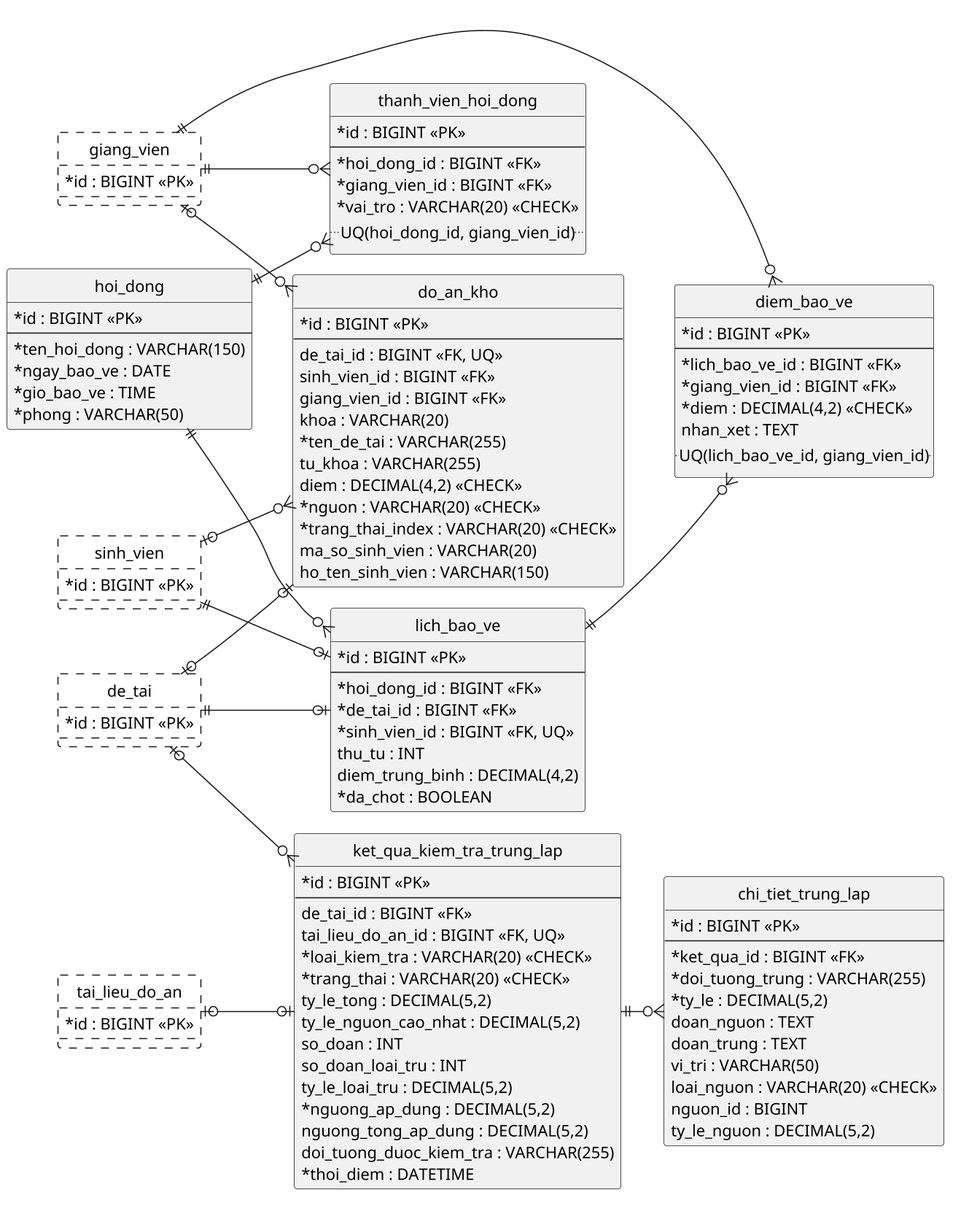
This is docs/chuong-3-thiet-ke/csdl/erd-bao-ve-kho-trung-lap.png from dtc235200036-alt/ICTU-DATN-NguyenThiMaiAnh, a PlantUML export, as it was before one commit.
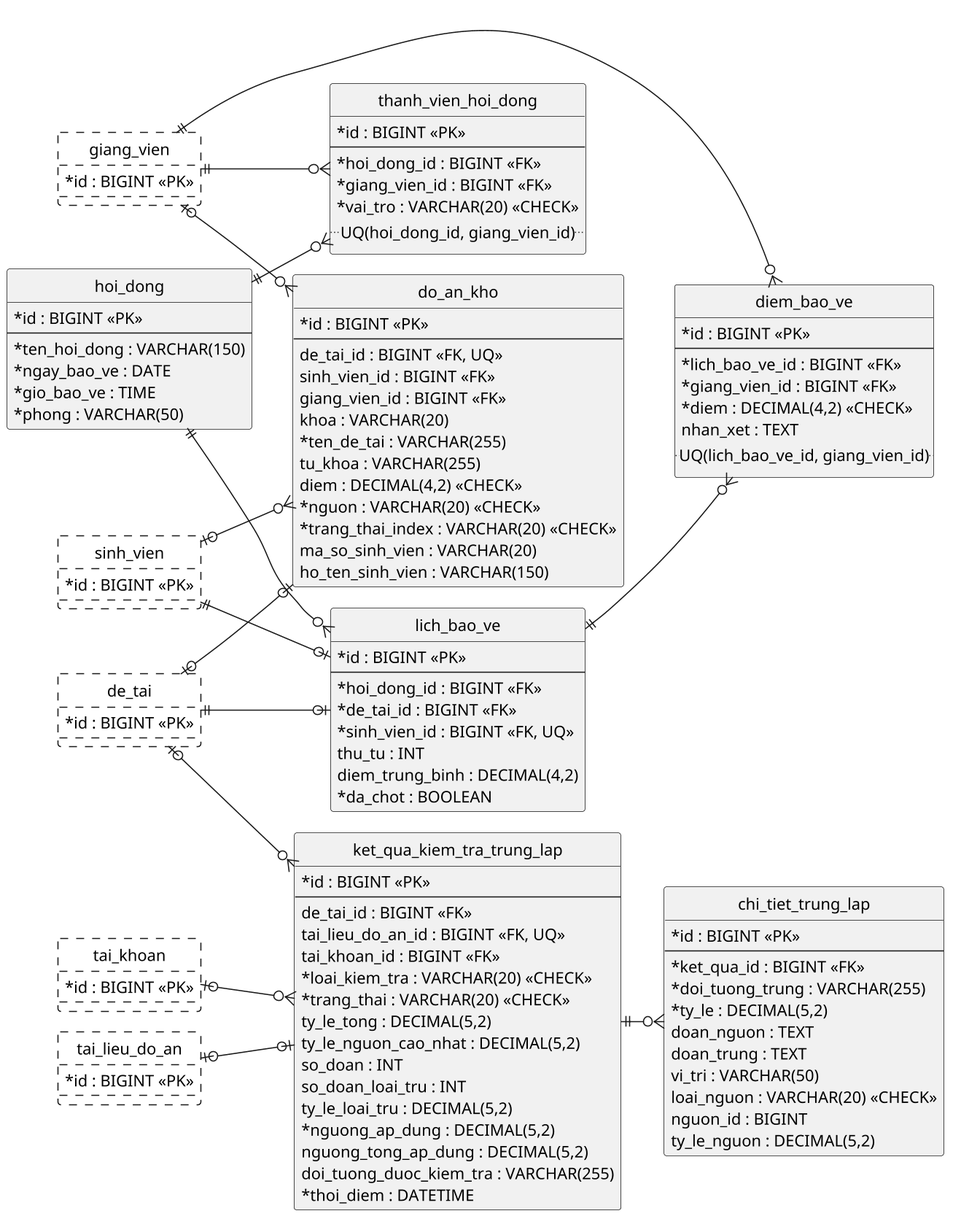
After the change.

Diff of the diagram source:
```diff
@@ -18,6 +18,9 @@
   *id : BIGINT <<PK>>
 }
 entity "giang_vien" as giang_vien #FFFFFF;line.dashed {
+  *id : BIGINT <<PK>>
+}
+entity "tai_khoan" as tai_khoan #FFFFFF;line.dashed {
   *id : BIGINT <<PK>>
 }
 entity "tai_lieu_do_an" as tai_lieu_do_an #FFFFFF;line.dashed {
@@ -84,6 +87,7 @@
   --
   de_tai_id : BIGINT <<FK>>
   tai_lieu_do_an_id : BIGINT <<FK, UQ>>
+  tai_khoan_id : BIGINT <<FK>>
   *loai_kiem_tra : VARCHAR(20) <<CHECK>>
   *trang_thai : VARCHAR(20) <<CHECK>>
   ty_le_tong : DECIMAL(5,2)
@@ -123,6 +127,7 @@
 giang_vien |o--o{ do_an_kho
 de_tai |o--o{ ket_qua_kiem_tra_trung_lap
 tai_lieu_do_an |o--o| ket_qua_kiem_tra_trung_lap
+tai_khoan |o--o{ ket_qua_kiem_tra_trung_lap
 ket_qua_kiem_tra_trung_lap ||--o{ chi_tiet_trung_lap
 
 @enduml
```
